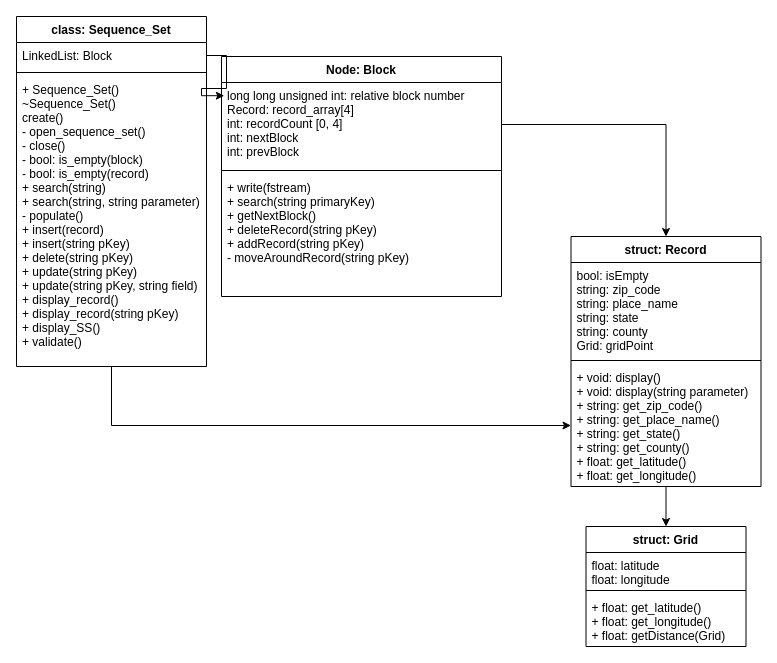
Before: UML.drawio in chrismd2/CSci-331-Goup-6, a draw.io diagram. Source tidied: cells renumbered, new cells numbered last; positions are measured from the earlier drawing's top-left corner, leaving out a move shared by most shapes. Both pictures are drawn from the tidied source at 100%, with x=0, y=0 at pixel (16, 16).
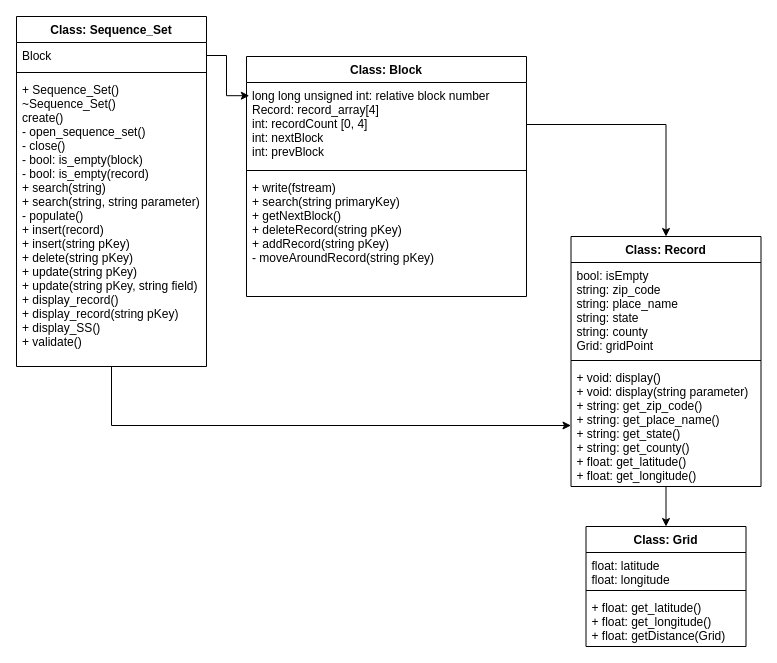
The same page after the edit.

Diff of the diagram source:
```diff
@@
-    <mxCell id="2" value="class: Sequence_Set" style="swimlane;fontStyle=1;align=center;verticalAlign=top;horizontal=1;startSize=26;" parent="1" vertex="1">
+    <mxCell id="2" value="Class: Sequence_Set" style="swimlane;fontStyle=1;align=center;verticalAlign=top;horizontal=1;startSize=26;" parent="1" vertex="1">
       <mxGeometry width="190" height="350" as="geometry" />
     </mxCell>
-    <mxCell id="3" value="LinkedList: Block" style="text;strokeColor=none;fillColor=none;align=left;verticalAlign=top;spacingLeft=4;spacingRight=4;overflow=hidden;points=[[0,0.5],[1,0.5]];portConstraint=eastwest;" parent="2" vertex="1">
+    <mxCell id="3" value="Block" style="text;strokeColor=none;fillColor=none;align=left;verticalAlign=top;spacingLeft=4;spacingRight=4;overflow=hidden;points=[[0,0.5],[1,0.5]];portConstraint=eastwest;" parent="2" vertex="1">
       <mxGeometry y="26" width="190" height="26" as="geometry" />
     </mxCell>
@@
-    <mxCell id="6" value="Node: Block" style="swimlane;fontStyle=1;align=center;verticalAlign=top;horizontal=1;startSize=26;" parent="1" vertex="1">
-      <mxGeometry x="205" y="40" width="280" height="240" as="geometry" />
+    <mxCell id="6" value="Class: Block" style="swimlane;fontStyle=1;align=center;verticalAlign=top;horizontal=1;startSize=26;" parent="1" vertex="1">
+      <mxGeometry x="230" y="40" width="280" height="240" as="geometry" />
     </mxCell>
@@
-    <mxCell id="11" value="struct: Record" style="swimlane;fontStyle=1;align=center;verticalAlign=top;horizontal=1;startSize=26;" parent="1" vertex="1">
+    <mxCell id="11" value="Class: Record" style="swimlane;fontStyle=1;align=center;verticalAlign=top;horizontal=1;startSize=26;" parent="1" vertex="1">
       <mxGeometry x="554.5" y="220" width="190" height="250" as="geometry" />
     </mxCell>
@@
-    <mxCell id="15" value="struct: Grid" style="swimlane;fontStyle=1;align=center;verticalAlign=top;horizontal=1;startSize=26;" parent="1" vertex="1">
+    <mxCell id="15" value="Class: Grid" style="swimlane;fontStyle=1;align=center;verticalAlign=top;horizontal=1;startSize=26;" parent="1" vertex="1">
       <mxGeometry x="569.5" y="510" width="160" height="120" as="geometry" />
     </mxCell>
```
